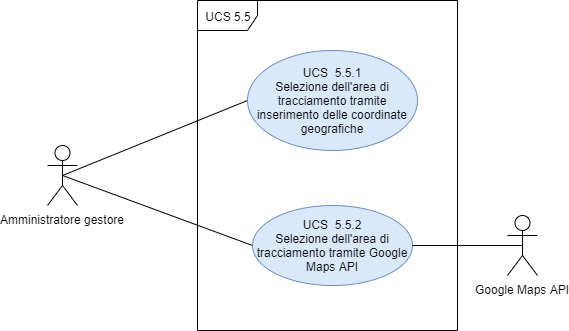
Above: DocumentazioneEsterna/AnalisiRequisiti/sezioni/UseCase/Immagini/UCS5.5.png in qb-team/Stalker-Documentazione (draw.io), before the change. Source tidied: cells renumbered, new cells last; positions are measured from the earlier drawing's top-left corner, leaving out a move shared by most shapes. Source of this version:
```xml
<mxGraphModel>
  <root>
    <mxCell id="0" />
    <mxCell id="1" parent="0" />
    <mxCell id="2" value="UCS 5.5" style="shape=umlFrame;whiteSpace=wrap;html=1;" parent="1" vertex="1">
      <mxGeometry x="150" width="260" height="330" as="geometry" />
    </mxCell>
    <mxCell id="3" value="Amministratore gestore" style="shape=umlActor;verticalLabelPosition=bottom;labelBackgroundColor=#ffffff;verticalAlign=top;html=1;" parent="1" vertex="1">
      <mxGeometry y="145" width="30" height="60" as="geometry" />
    </mxCell>
    <mxCell id="4" style="endArrow=none;html=1;exitX=0.5;exitY=0.5;exitDx=0;exitDy=0;exitPerimeter=0;entryX=0;entryY=0.5;entryDx=0;entryDy=0;" parent="1" edge="1" source="3" target="6">
      <mxGeometry relative="1" as="geometry" />
    </mxCell>
    <mxCell id="5" style="endArrow=none;html=1;exitX=0.5;exitY=0.5;exitDx=0;exitDy=0;exitPerimeter=0;entryX=0;entryY=0.5;entryDx=0;entryDy=0;" parent="1" edge="1" source="3" target="7">
      <mxGeometry relative="1" as="geometry" />
    </mxCell>
    <mxCell id="6" value="UCS&amp;nbsp; 5.5.1&lt;br&gt;Selezione dell'area di tracciamento tramite inserimento delle coordinate geografiche" style="ellipse;whiteSpace=wrap;html=1;fillColor=#dae8fc;strokeColor=#6c8ebf;" parent="1" vertex="1">
      <mxGeometry x="200" y="50" width="170" height="100" as="geometry" />
    </mxCell>
    <mxCell id="7" value="UCS&amp;nbsp; 5.5.2&lt;br&gt;Selezione dell'area di tracciamento tramite Google Maps API" style="ellipse;whiteSpace=wrap;html=1;fillColor=#dae8fc;strokeColor=#6c8ebf;" parent="1" vertex="1">
      <mxGeometry x="205" y="205" width="160" height="80" as="geometry" />
    </mxCell>
    <mxCell id="8" value="Google Maps API" style="shape=umlActor;verticalLabelPosition=bottom;labelBackgroundColor=#ffffff;verticalAlign=top;html=1;outlineConnect=0;" parent="1" vertex="1">
      <mxGeometry x="460" y="215" width="30" height="60" as="geometry" />
    </mxCell>
    <mxCell id="9" style="endArrow=none;html=1;exitX=1;exitY=0.5;exitDx=0;exitDy=0;entryX=0.5;entryY=0.5;entryDx=0;entryDy=0;entryPerimeter=0;" parent="1" edge="1" source="7" target="8">
      <mxGeometry relative="1" as="geometry" />
    </mxCell>
  </root>
</mxGraphModel>
```
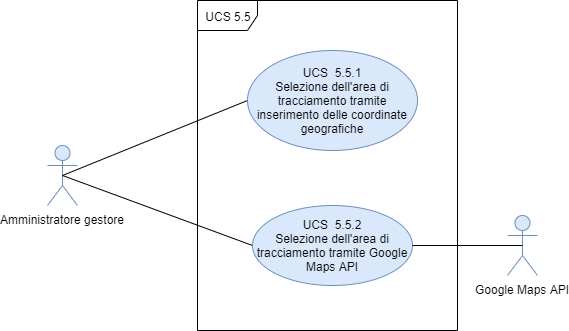
Later version of the same file.

The edit, as a diff of the source:
```diff
@@ -5,7 +5,7 @@
     <mxCell id="2" value="UCS 5.5" style="shape=umlFrame;whiteSpace=wrap;html=1;" parent="1" vertex="1">
       <mxGeometry x="150" width="260" height="330" as="geometry" />
     </mxCell>
-    <mxCell id="3" value="Amministratore gestore" style="shape=umlActor;verticalLabelPosition=bottom;labelBackgroundColor=#ffffff;verticalAlign=top;html=1;" parent="1" vertex="1">
+    <mxCell id="3" value="Amministratore gestore" style="shape=umlActor;verticalLabelPosition=bottom;labelBackgroundColor=#ffffff;verticalAlign=top;html=1;fillColor=#dae8fc;strokeColor=#6c8ebf;" parent="1" vertex="1">
       <mxGeometry y="145" width="30" height="60" as="geometry" />
     </mxCell>
     <mxCell id="4" style="endArrow=none;html=1;exitX=0.5;exitY=0.5;exitDx=0;exitDy=0;exitPerimeter=0;entryX=0;entryY=0.5;entryDx=0;entryDy=0;" parent="1" edge="1" source="3" target="6">
@@ -20,7 +20,7 @@
     <mxCell id="7" value="UCS&amp;nbsp; 5.5.2&lt;br&gt;Selezione dell'area di tracciamento tramite Google Maps API" style="ellipse;whiteSpace=wrap;html=1;fillColor=#dae8fc;strokeColor=#6c8ebf;" parent="1" vertex="1">
       <mxGeometry x="205" y="205" width="160" height="80" as="geometry" />
     </mxCell>
-    <mxCell id="8" value="Google Maps API" style="shape=umlActor;verticalLabelPosition=bottom;labelBackgroundColor=#ffffff;verticalAlign=top;html=1;outlineConnect=0;" parent="1" vertex="1">
+    <mxCell id="8" value="Google Maps API" style="shape=umlActor;verticalLabelPosition=bottom;labelBackgroundColor=#ffffff;verticalAlign=top;html=1;outlineConnect=0;fillColor=#dae8fc;strokeColor=#6c8ebf;" parent="1" vertex="1">
       <mxGeometry x="460" y="215" width="30" height="60" as="geometry" />
     </mxCell>
     <mxCell id="9" style="endArrow=none;html=1;exitX=1;exitY=0.5;exitDx=0;exitDy=0;entryX=0.5;entryY=0.5;entryDx=0;entryDy=0;entryPerimeter=0;" parent="1" edge="1" source="7" target="8">
```
